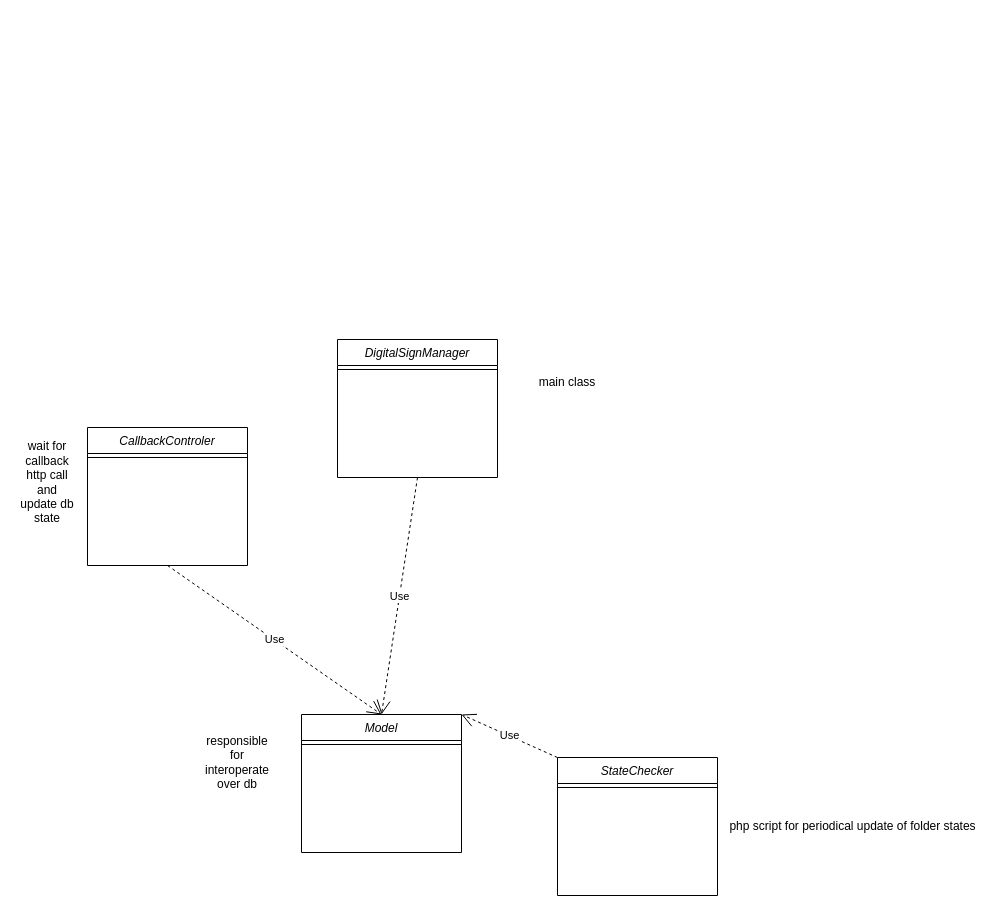
Before: Class_diagram.drawio in carnivuth/digitalsignIntegrationdoc, a draw.io diagram. Source tidied: cells renumbered, new cells numbered last; positions are measured from the earlier drawing's top-left corner, leaving out a move shared by most shapes. Both pictures are drawn from the tidied source at 100%, with x=0, y=0 at pixel (17, 339).
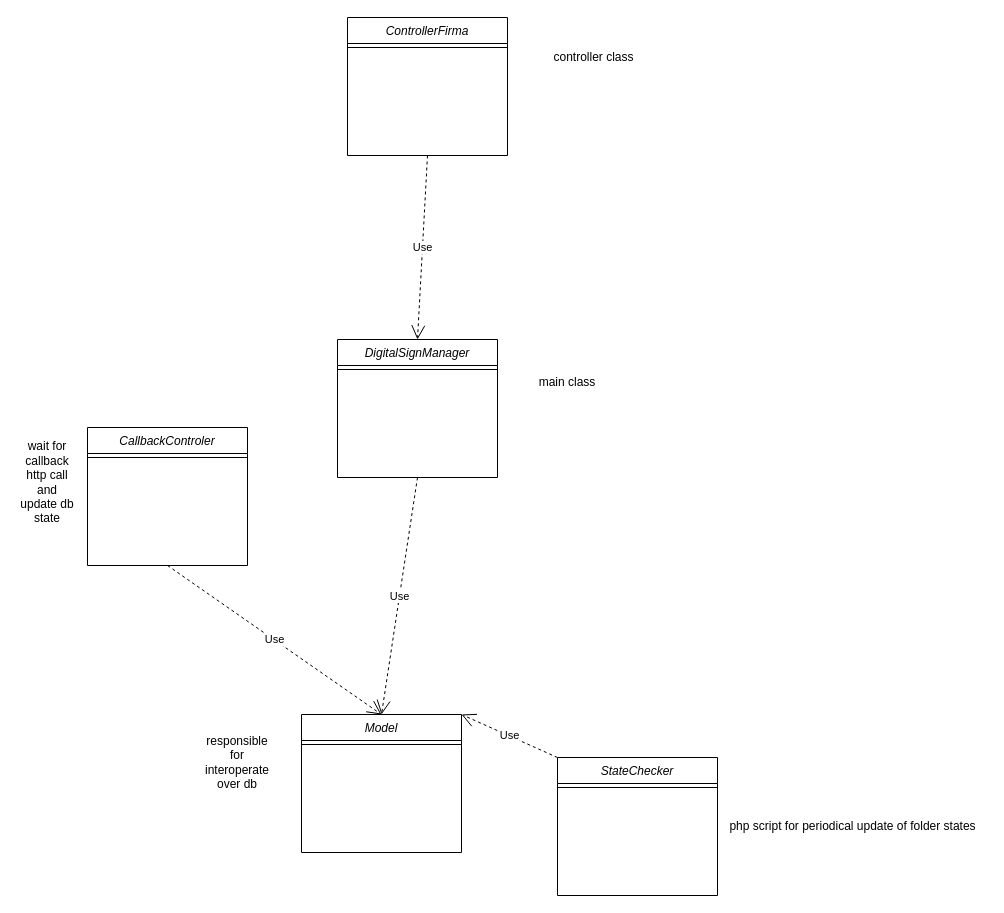
The same diagram, later.

Commit message:
added controller class

Unchanged cells that the change refers to:
```xml
<mxCell id="2" value="DigitalSignManager" style="swimlane;fontStyle=2;align=center;verticalAlign=top;horizontal=1;startSize=26;rounded=0;shadow=0;strokeWidth=1;" parent="1" vertex="1">
  <mxGeometry x="320" width="160" height="138" as="geometry" />
</mxCell>
```

Diff of the diagram source:
```diff
@@
+    <mxCell id="17" value="ControllerFirma" style="swimlane;fontStyle=2;align=center;verticalAlign=top;horizontal=1;startSize=26;rounded=0;shadow=0;strokeWidth=1;" parent="1" vertex="1">
+      <mxGeometry x="330" y="-322" width="160" height="138" as="geometry" />
+    </mxCell>
+    <mxCell id="18" style="line;html=1;strokeWidth=1;align=left;verticalAlign=middle;spacingTop=-1;spacingLeft=3;spacingRight=3;labelPosition=right;" parent="17" vertex="1">
+      <mxGeometry y="26" width="160" height="8" as="geometry" />
+    </mxCell>
+    <mxCell id="19" value="controller class" style="text;html=1;align=center;verticalAlign=middle;strokeColor=none;fillColor=none;" parent="1" vertex="1">
+      <mxGeometry x="526" y="-297" width="100" height="30" as="geometry" />
+    </mxCell>
+    <mxCell id="20" value="Use" style="endArrow=open;endSize=12;dashed=1;html=1;rounded=0;exitX=0.5;exitY=1;exitDx=0;exitDy=0;entryX=0.5;entryY=0;entryDx=0;entryDy=0;" parent="1" edge="1" source="17" target="2">
+      <mxGeometry relative="1" as="geometry" />
+    </mxCell>
```
